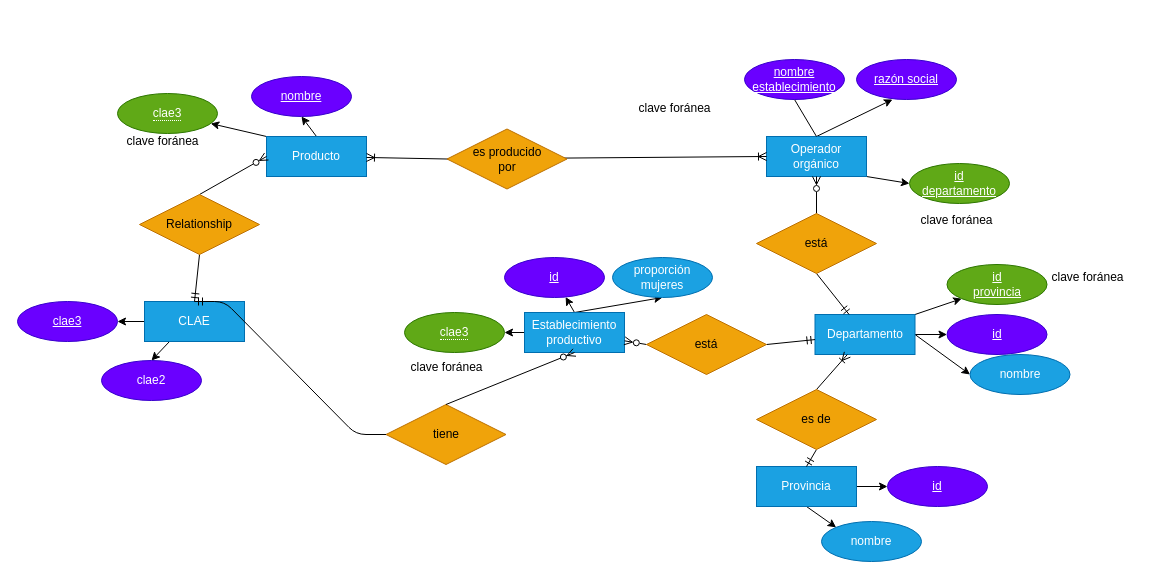
MarioSigal/TPs-Laboratorio_de_Datos keeps this draw.io diagram as DER.drawio. Above is the earlier version. Source tidied: cells renumbered, new cells numbered last; positions are measured from the earlier drawing's top-left corner, leaving out a move shared by most shapes. Both pictures are drawn from the tidied source at 100%, with x=0, y=0 at pixel (17, 59).
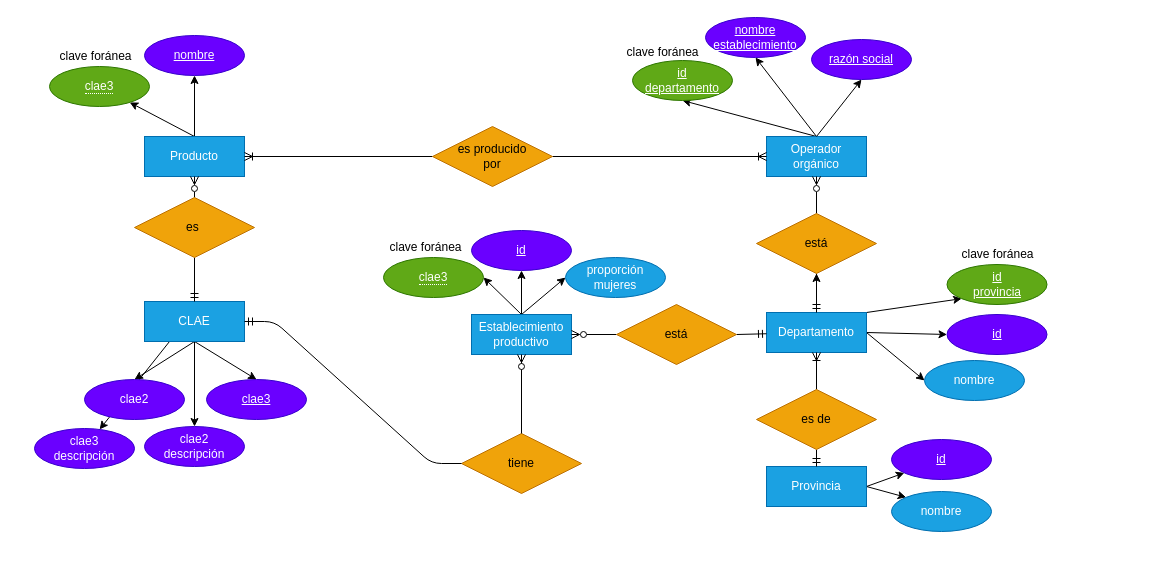
The same page after the edit.

Unchanged cells that the change refers to:
```xml
<mxCell id="4" value="Operador&lt;br&gt;orgánico" style="whiteSpace=wrap;html=1;align=center;fillColor=#1ba1e2;fontColor=#ffffff;strokeColor=#006EAF;" parent="1" vertex="1">
  <mxGeometry x="749" y="77" width="100" height="40" as="geometry" />
</mxCell>
<mxCell id="17" value="está" style="shape=rhombus;perimeter=rhombusPerimeter;whiteSpace=wrap;html=1;align=center;fillColor=#f0a30a;fontColor=#000000;strokeColor=#BD7000;" parent="1" vertex="1">
  <mxGeometry x="739" y="154" width="120" height="60" as="geometry" />
</mxCell>
<mxCell id="23" value="es de" style="shape=rhombus;perimeter=rhombusPerimeter;whiteSpace=wrap;html=1;align=center;fillColor=#f0a30a;fontColor=#000000;strokeColor=#BD7000;" parent="1" vertex="1">
  <mxGeometry x="739" y="330" width="120" height="60" as="geometry" />
</mxCell>
<mxCell id="33" value="CLAE" style="whiteSpace=wrap;html=1;align=center;fillColor=#1ba1e2;fontColor=#ffffff;strokeColor=#006EAF;" parent="1" vertex="1">
  <mxGeometry x="127" y="242" width="100" height="40" as="geometry" />
</mxCell>
```

Change to the diagram source:
```diff
@@
-    <mxCell id="2" style="edgeStyle=none;html=1;exitX=0.5;exitY=0;exitDx=0;exitDy=0;entryX=0.5;entryY=1;entryDx=0;entryDy=0;strokeColor=#000000;" parent="1" edge="1" source="4">
-      <mxGeometry relative="1" as="geometry">
-        <mxPoint x="875" y="40" as="targetPoint" />
-      </mxGeometry>
+    <mxCell id="2" style="edgeStyle=none;html=1;exitX=0.5;exitY=0;exitDx=0;exitDy=0;strokeColor=#000000;entryX=0.5;entryY=1;entryDx=0;entryDy=0;" parent="1" edge="1" source="4" target="35">
+      <mxGeometry relative="1" as="geometry" />
     </mxCell>
-    <mxCell id="3" style="edgeStyle=none;html=1;exitX=1;exitY=1;exitDx=0;exitDy=0;entryX=0;entryY=0.5;entryDx=0;entryDy=0;strokeColor=#000000;fontColor=#000000;startArrow=none;startFill=0;endArrow=classic;endFill=1;" parent="1" edge="1" source="4" target="49">
+    <mxCell id="3" style="edgeStyle=none;html=1;entryX=0.5;entryY=1;entryDx=0;entryDy=0;strokeColor=#000000;fontColor=#000000;startArrow=none;startFill=0;endArrow=classic;endFill=1;exitX=0.5;exitY=0;exitDx=0;exitDy=0;" parent="1" edge="1" source="4" target="49">
       <mxGeometry relative="1" as="geometry" />
     </mxCell>
@@
-    <mxCell id="6" style="edgeStyle=none;html=1;exitX=0;exitY=0;exitDx=0;exitDy=0;strokeColor=#000000;" parent="1" edge="1" source="7" target="59">
+    <mxCell id="6" style="edgeStyle=none;html=1;exitX=0.5;exitY=0;exitDx=0;exitDy=0;strokeColor=#000000;" parent="1" edge="1" source="7" target="59">
       <mxGeometry relative="1" as="geometry" />
     </mxCell>
     <mxCell id="7" value="Producto" style="whiteSpace=wrap;html=1;align=center;fillColor=#1ba1e2;fontColor=#ffffff;strokeColor=#006EAF;" parent="1" vertex="1">
-      <mxGeometry x="249" y="77" width="100" height="40" as="geometry" />
+      <mxGeometry x="127" y="77" width="100" height="40" as="geometry" />
     </mxCell>
-    <mxCell id="8" style="edgeStyle=none;html=1;exitX=0;exitY=0.5;exitDx=0;exitDy=0;entryX=0;entryY=0.5;entryDx=0;entryDy=0;strokeColor=#000000;endArrow=ERoneToMany;endFill=0;" parent="1" edge="1" source="10" target="4">
+    <mxCell id="8" style="edgeStyle=none;html=1;exitX=1;exitY=0.5;exitDx=0;exitDy=0;entryX=0;entryY=0.5;entryDx=0;entryDy=0;strokeColor=#000000;endArrow=ERoneToMany;endFill=0;" parent="1" edge="1" source="10" target="4">
       <mxGeometry relative="1" as="geometry" />
     </mxCell>
@@
     <mxCell id="10" value="es producido&lt;br&gt;por" style="shape=rhombus;perimeter=rhombusPerimeter;whiteSpace=wrap;html=1;align=center;fillColor=#f0a30a;fontColor=#000000;strokeColor=#BD7000;" parent="1" vertex="1">
-      <mxGeometry x="429.5" y="69.5" width="120" height="60" as="geometry" />
+      <mxGeometry x="415" y="67" width="120" height="60" as="geometry" />
     </mxCell>
@@
+    <mxCell id="61" style="edgeStyle=none;html=1;startArrow=none;startFill=0;endArrow=classic;endFill=1;" parent="1" edge="1" source="14" target="17">
+      <mxGeometry relative="1" as="geometry" />
+    </mxCell>
     <mxCell id="14" value="Departamento" style="whiteSpace=wrap;html=1;align=center;fillColor=#1ba1e2;fontColor=#ffffff;strokeColor=#006EAF;" parent="1" vertex="1">
-      <mxGeometry x="797.5" y="255" width="100" height="40" as="geometry" />
+      <mxGeometry x="749" y="253" width="100" height="40" as="geometry" />
     </mxCell>
@@
-    <mxCell id="16" style="edgeStyle=none;html=1;exitX=0.5;exitY=1;exitDx=0;exitDy=0;strokeColor=#000000;startArrow=none;startFill=0;endArrow=ERmandOne;endFill=0;" parent="1" edge="1" source="17" target="14">
+    <mxCell id="16" style="edgeStyle=none;html=1;exitX=0.5;exitY=1;exitDx=0;exitDy=0;strokeColor=#000000;startArrow=none;startFill=0;endArrow=ERmandOne;endFill=0;entryX=0.5;entryY=0;entryDx=0;entryDy=0;" parent="1" edge="1" source="17" target="14">
       <mxGeometry relative="1" as="geometry" />
     </mxCell>
@@
-    <mxCell id="19" style="edgeStyle=none;html=1;exitX=0.5;exitY=1;exitDx=0;exitDy=0;entryX=0;entryY=0;entryDx=0;entryDy=0;strokeColor=#000000;" parent="1" edge="1" source="20" target="41">
+    <mxCell id="19" style="edgeStyle=none;html=1;exitX=1;exitY=0.5;exitDx=0;exitDy=0;entryX=0;entryY=0;entryDx=0;entryDy=0;strokeColor=#000000;" parent="1" edge="1" source="20" target="41">
       <mxGeometry relative="1" as="geometry" />
     </mxCell>
     <mxCell id="20" value="Provincia" style="whiteSpace=wrap;html=1;align=center;fillColor=#1ba1e2;fontColor=#ffffff;strokeColor=#006EAF;" parent="1" vertex="1">
-      <mxGeometry x="739" y="407" width="100" height="40" as="geometry" />
+      <mxGeometry x="749" y="407" width="100" height="40" as="geometry" />
     </mxCell>
-    <mxCell id="21" style="edgeStyle=none;html=1;exitX=0.5;exitY=0;exitDx=0;exitDy=0;strokeColor=#000000;endArrow=ERoneToMany;endFill=0;" parent="1" edge="1" source="23" target="14">
+    <mxCell id="21" style="edgeStyle=none;html=1;exitX=0.5;exitY=0;exitDx=0;exitDy=0;strokeColor=#000000;endArrow=ERoneToMany;endFill=0;entryX=0.5;entryY=1;entryDx=0;entryDy=0;" parent="1" edge="1" source="23" target="14">
       <mxGeometry relative="1" as="geometry" />
     </mxCell>
@@
-    <mxCell id="25" style="edgeStyle=none;html=1;exitX=0.5;exitY=0;exitDx=0;exitDy=0;entryX=0.5;entryY=1;entryDx=0;entryDy=0;strokeColor=#000000;" parent="1" edge="1" source="27" target="44">
+    <mxCell id="25" style="edgeStyle=none;html=1;exitX=0.5;exitY=0;exitDx=0;exitDy=0;entryX=0;entryY=0.5;entryDx=0;entryDy=0;strokeColor=#000000;" parent="1" edge="1" source="27" target="44">
       <mxGeometry relative="1" as="geometry" />
     </mxCell>
-    <mxCell id="26" style="edgeStyle=none;html=1;exitX=0;exitY=0.5;exitDx=0;exitDy=0;entryX=1;entryY=0.5;entryDx=0;entryDy=0;strokeColor=#000000;" parent="1" edge="1" source="27" target="45">
+    <mxCell id="26" style="edgeStyle=none;html=1;exitX=0.5;exitY=0;exitDx=0;exitDy=0;entryX=1;entryY=0.5;entryDx=0;entryDy=0;strokeColor=#000000;" parent="1" edge="1" source="27" target="45">
       <mxGeometry relative="1" as="geometry" />
     </mxCell>
     <mxCell id="27" value="Establecimiento&lt;br&gt;productivo" style="whiteSpace=wrap;html=1;align=center;fillColor=#1ba1e2;fontColor=#ffffff;strokeColor=#006EAF;" parent="1" vertex="1">
-      <mxGeometry x="507" y="253" width="100" height="40" as="geometry" />
+      <mxGeometry x="454" y="255" width="100" height="40" as="geometry" />
     </mxCell>
-    <mxCell id="28" style="edgeStyle=none;html=1;exitX=0;exitY=0.5;exitDx=0;exitDy=0;strokeColor=#000000;fontColor=#000000;startArrow=none;startFill=0;endArrow=ERzeroToMany;endFill=0;" parent="1" edge="1" source="30" target="27">
+    <mxCell id="28" style="edgeStyle=none;html=1;exitX=0;exitY=0.5;exitDx=0;exitDy=0;strokeColor=#000000;fontColor=#000000;startArrow=none;startFill=0;endArrow=ERzeroToMany;endFill=0;entryX=1;entryY=0.5;entryDx=0;entryDy=0;" parent="1" edge="1" source="30" target="27">
       <mxGeometry relative="1" as="geometry" />
     </mxCell>
@@
     <mxCell id="30" value="está" style="shape=rhombus;perimeter=rhombusPerimeter;whiteSpace=wrap;html=1;align=center;fillColor=#f0a30a;fontColor=#000000;strokeColor=#BD7000;" parent="1" vertex="1">
-      <mxGeometry x="629" y="255" width="120" height="60" as="geometry" />
+      <mxGeometry x="599" y="245" width="120" height="60" as="geometry" />
     </mxCell>
-    <mxCell id="31" style="edgeStyle=none;html=1;exitX=0;exitY=0.5;exitDx=0;exitDy=0;entryX=1;entryY=0.5;entryDx=0;entryDy=0;strokeColor=#000000;" parent="1" edge="1" source="33" target="54">
+    <mxCell id="31" style="edgeStyle=none;html=1;exitX=0.5;exitY=1;exitDx=0;exitDy=0;entryX=0.5;entryY=0;entryDx=0;entryDy=0;strokeColor=#000000;" parent="1" edge="1" source="33" target="54">
       <mxGeometry relative="1" as="geometry" />
     </mxCell>
-    <mxCell id="32" style="edgeStyle=none;html=1;exitX=0.25;exitY=1;exitDx=0;exitDy=0;entryX=0.5;entryY=0;entryDx=0;entryDy=0;strokeColor=#000000;" parent="1" edge="1" source="33" target="58">
+    <mxCell id="32" style="edgeStyle=none;html=1;exitX=0.5;exitY=1;exitDx=0;exitDy=0;entryX=0.5;entryY=0;entryDx=0;entryDy=0;strokeColor=#000000;" parent="1" edge="1" source="33" target="58">
       <mxGeometry relative="1" as="geometry" />
     </mxCell>
+    <mxCell id="62" style="edgeStyle=none;html=1;exitX=0.5;exitY=1;exitDx=0;exitDy=0;strokeColor=#000000;" parent="1" edge="1" source="33" target="64">
+      <mxGeometry relative="1" as="geometry" />
+    </mxCell>
+    <mxCell id="63" style="edgeStyle=none;html=1;exitX=0.25;exitY=1;exitDx=0;exitDy=0;strokeColor=#000000;" parent="1" edge="1" source="33" target="65">
+      <mxGeometry relative="1" as="geometry" />
+    </mxCell>
@@
     <mxCell id="34" value="tiene" style="shape=rhombus;perimeter=rhombusPerimeter;whiteSpace=wrap;html=1;align=center;fillColor=#f0a30a;fontColor=#000000;strokeColor=#BD7000;" parent="1" vertex="1">
-      <mxGeometry x="368.5" y="345" width="120" height="60" as="geometry" />
+      <mxGeometry x="444" y="374" width="120" height="60" as="geometry" />
     </mxCell>
     <mxCell id="35" value="&lt;span style=&quot;color: rgb(255, 255, 255);&quot;&gt;razón social&lt;/span&gt;" style="ellipse;whiteSpace=wrap;html=1;align=center;fontStyle=4;fillColor=#6a00ff;fontColor=#ffffff;strokeColor=#3700CC;" parent="1" vertex="1">
-      <mxGeometry x="839" width="100" height="40" as="geometry" />
+      <mxGeometry x="794" y="-20" width="100" height="40" as="geometry" />
     </mxCell>
-    <mxCell id="36" style="edgeStyle=none;html=1;exitX=0.5;exitY=0;exitDx=0;exitDy=0;entryX=0.5;entryY=1;entryDx=0;entryDy=0;strokeColor=#000000;endArrow=none;" parent="1" edge="1" source="4" target="37">
+    <mxCell id="36" style="edgeStyle=none;html=1;exitX=0.5;exitY=0;exitDx=0;exitDy=0;entryX=0.5;entryY=1;entryDx=0;entryDy=0;strokeColor=#000000;endArrow=classic;startArrow=none;startFill=0;endFill=1;" parent="1" edge="1" source="4" target="37">
       <mxGeometry relative="1" as="geometry" />
     </mxCell>
     <mxCell id="37" value="&lt;span style=&quot;color: rgb(255, 255, 255);&quot;&gt;nombre&lt;/span&gt;&lt;br style=&quot;color: rgb(255, 255, 255);&quot;&gt;&lt;span style=&quot;color: rgb(255, 255, 255);&quot;&gt;establecimiento&lt;/span&gt;" style="ellipse;whiteSpace=wrap;html=1;align=center;fontStyle=4;fillColor=#6a00ff;fontColor=#ffffff;strokeColor=#3700CC;" parent="1" vertex="1">
-      <mxGeometry x="727" width="100" height="40" as="geometry" />
+      <mxGeometry x="688" y="-42" width="100" height="40" as="geometry" />
     </mxCell>
     <mxCell id="38" value="id" style="ellipse;whiteSpace=wrap;html=1;align=center;fontStyle=4;fillColor=#6a00ff;fontColor=#ffffff;strokeColor=#3700CC;" parent="1" vertex="1">
-      <mxGeometry x="487" y="198" width="100" height="40" as="geometry" />
+      <mxGeometry x="454" y="171" width="100" height="40" as="geometry" />
     </mxCell>
@@
     <mxCell id="40" value="id" style="ellipse;whiteSpace=wrap;html=1;align=center;fontStyle=4;fillColor=#6a00ff;fontColor=#ffffff;strokeColor=#3700CC;" parent="1" vertex="1">
-      <mxGeometry x="870" y="407" width="100" height="40" as="geometry" />
+      <mxGeometry x="874" y="380" width="100" height="40" as="geometry" />
     </mxCell>
     <mxCell id="41" value="nombre" style="ellipse;whiteSpace=wrap;html=1;align=center;fillColor=#1ba1e2;fontColor=#ffffff;strokeColor=#006EAF;" parent="1" vertex="1">
-      <mxGeometry x="804" y="462" width="100" height="40" as="geometry" />
+      <mxGeometry x="874" y="432" width="100" height="40" as="geometry" />
     </mxCell>
     <mxCell id="42" value="nombre" style="ellipse;whiteSpace=wrap;html=1;align=center;fillColor=#1ba1e2;fontColor=#ffffff;strokeColor=#006EAF;" parent="1" vertex="1">
-      <mxGeometry x="952.5" y="295" width="100" height="40" as="geometry" />
+      <mxGeometry x="907" y="301" width="100" height="40" as="geometry" />
     </mxCell>
     <mxCell id="43" value="nombre" style="ellipse;whiteSpace=wrap;html=1;align=center;fontStyle=4;fillColor=#6a00ff;fontColor=#ffffff;strokeColor=#3700CC;" parent="1" vertex="1">
-      <mxGeometry x="234" y="17" width="100" height="40" as="geometry" />
+      <mxGeometry x="127" y="-24" width="100" height="40" as="geometry" />
     </mxCell>
     <mxCell id="44" value="proporción&lt;br&gt;mujeres" style="ellipse;whiteSpace=wrap;html=1;align=center;fillColor=#1ba1e2;fontColor=#ffffff;strokeColor=#006EAF;" parent="1" vertex="1">
-      <mxGeometry x="595" y="198" width="100" height="40" as="geometry" />
+      <mxGeometry x="548" y="198" width="100" height="40" as="geometry" />
     </mxCell>
     <mxCell id="45" value="&lt;span style=&quot;border-bottom: 1px dotted&quot;&gt;clae3&lt;/span&gt;" style="ellipse;whiteSpace=wrap;html=1;align=center;fillColor=#60a917;fontColor=#ffffff;strokeColor=#2D7600;" parent="1" vertex="1">
-      <mxGeometry x="387" y="253" width="100" height="40" as="geometry" />
+      <mxGeometry x="366" y="198" width="100" height="40" as="geometry" />
     </mxCell>
     <mxCell id="46" value="&lt;font color=&quot;#000000&quot;&gt;clave foránea&lt;/font&gt;" style="text;html=1;align=center;verticalAlign=middle;strokeColor=none;fillColor=none;" parent="1" vertex="1">
-      <mxGeometry x="379" y="291" width="99" height="33" as="geometry" />
+      <mxGeometry x="358" y="171" width="99" height="33" as="geometry" />
     </mxCell>
@@
-    <mxCell id="48" style="edgeStyle=entityRelationEdgeStyle;fontSize=12;html=1;endArrow=none;startArrow=ERmandOne;strokeColor=#000000;fontColor=#000000;startFill=0;endFill=0;exitX=0.5;exitY=0;exitDx=0;exitDy=0;entryX=0;entryY=0.5;entryDx=0;entryDy=0;" parent="1" edge="1" source="33" target="34">
+    <mxCell id="48" style="edgeStyle=entityRelationEdgeStyle;fontSize=12;html=1;endArrow=none;startArrow=ERmandOne;strokeColor=#000000;fontColor=#000000;startFill=0;endFill=0;exitX=1;exitY=0.5;exitDx=0;exitDy=0;entryX=0;entryY=0.5;entryDx=0;entryDy=0;" parent="1" edge="1" source="33" target="34">
       <mxGeometry relative="1" as="geometry" />
     </mxCell>
     <mxCell id="49" value="id&lt;br&gt;departamento" style="ellipse;whiteSpace=wrap;html=1;align=center;fontStyle=4;fillColor=#60a917;fontColor=#ffffff;strokeColor=#2D7600;" parent="1" vertex="1">
-      <mxGeometry x="892" y="104" width="100" height="40" as="geometry" />
+      <mxGeometry x="615" y="1" width="100" height="40" as="geometry" />
     </mxCell>
-    <mxCell id="50" value="&lt;font color=&quot;#000000&quot;&gt;clave foránea&lt;/font&gt;" style="text;html=1;align=center;verticalAlign=middle;strokeColor=none;fillColor=none;" parent="1" vertex="1">
-      <mxGeometry x="889" y="144" width="99" height="33" as="geometry" />
-    </mxCell>
@@
     <mxCell id="52" value="&lt;font color=&quot;#000000&quot;&gt;clave foránea&lt;/font&gt;" style="text;html=1;align=center;verticalAlign=middle;strokeColor=none;fillColor=none;" parent="1" vertex="1">
-      <mxGeometry x="1020" y="201.5" width="99" height="33" as="geometry" />
+      <mxGeometry x="930.5" y="178" width="99" height="33" as="geometry" />
     </mxCell>
     <mxCell id="53" value="&lt;font color=&quot;#000000&quot;&gt;clave foránea&lt;/font&gt;" style="text;html=1;align=center;verticalAlign=middle;strokeColor=none;fillColor=none;" parent="1" vertex="1">
-      <mxGeometry x="607" y="32" width="99" height="33" as="geometry" />
+      <mxGeometry x="595" y="-24" width="99" height="33" as="geometry" />
     </mxCell>
     <mxCell id="54" value="clae3" style="ellipse;whiteSpace=wrap;html=1;align=center;fontStyle=4;fillColor=#6a00ff;fontColor=#ffffff;strokeColor=#3700CC;" parent="1" vertex="1">
-      <mxGeometry y="242" width="100" height="40" as="geometry" />
+      <mxGeometry x="189" y="320" width="100" height="40" as="geometry" />
     </mxCell>
-    <mxCell id="55" style="edgeStyle=none;html=1;exitX=0.5;exitY=0;exitDx=0;exitDy=0;entryX=0;entryY=0.5;entryDx=0;entryDy=0;strokeColor=#000000;endArrow=ERzeroToMany;endFill=0;" parent="1" edge="1" source="57" target="7">
+    <mxCell id="55" style="edgeStyle=none;html=1;exitX=0.5;exitY=0;exitDx=0;exitDy=0;entryX=0.5;entryY=1;entryDx=0;entryDy=0;strokeColor=#000000;endArrow=ERzeroToMany;endFill=0;" parent="1" edge="1" source="57" target="7">
       <mxGeometry relative="1" as="geometry" />
     </mxCell>
@@
-    <mxCell id="57" value="Relationship" style="shape=rhombus;perimeter=rhombusPerimeter;whiteSpace=wrap;html=1;align=center;fillColor=#f0a30a;fontColor=#000000;strokeColor=#BD7000;" parent="1" vertex="1">
-      <mxGeometry x="122" y="135" width="120" height="60" as="geometry" />
+    <mxCell id="57" value="es&amp;nbsp;" style="shape=rhombus;perimeter=rhombusPerimeter;whiteSpace=wrap;html=1;align=center;fillColor=#f0a30a;fontColor=#000000;strokeColor=#BD7000;" parent="1" vertex="1">
+      <mxGeometry x="117" y="138" width="120" height="60" as="geometry" />
     </mxCell>
     <mxCell id="58" value="clae2" style="ellipse;whiteSpace=wrap;html=1;align=center;fillColor=#6a00ff;fontColor=#ffffff;strokeColor=#3700CC;" parent="1" vertex="1">
-      <mxGeometry x="84" y="301" width="100" height="40" as="geometry" />
+      <mxGeometry x="67" y="320" width="100" height="40" as="geometry" />
     </mxCell>
     <mxCell id="59" value="&lt;span style=&quot;border-bottom: 1px dotted&quot;&gt;clae3&lt;/span&gt;" style="ellipse;whiteSpace=wrap;html=1;align=center;fillColor=#60a917;fontColor=#ffffff;strokeColor=#2D7600;" parent="1" vertex="1">
-      <mxGeometry x="100" y="34" width="100" height="40" as="geometry" />
+      <mxGeometry x="32" y="7" width="100" height="40" as="geometry" />
     </mxCell>
     <mxCell id="60" value="&lt;font color=&quot;#000000&quot;&gt;clave foránea&lt;/font&gt;" style="text;html=1;align=center;verticalAlign=middle;strokeColor=none;fillColor=none;" parent="1" vertex="1">
-      <mxGeometry x="95" y="65" width="99" height="33" as="geometry" />
+      <mxGeometry x="28" y="-20" width="99" height="33" as="geometry" />
     </mxCell>
+    <mxCell id="64" value="clae2&lt;br&gt;descripción" style="ellipse;whiteSpace=wrap;html=1;align=center;fillColor=#6a00ff;fontColor=#ffffff;strokeColor=#3700CC;" parent="1" vertex="1">
+      <mxGeometry x="127" y="367" width="100" height="40" as="geometry" />
+    </mxCell>
+    <mxCell id="65" value="clae3&lt;br&gt;descripción" style="ellipse;whiteSpace=wrap;html=1;align=center;fillColor=#6a00ff;fontColor=#ffffff;strokeColor=#3700CC;" parent="1" vertex="1">
+      <mxGeometry x="17" y="369" width="100" height="40" as="geometry" />
+    </mxCell>
```
